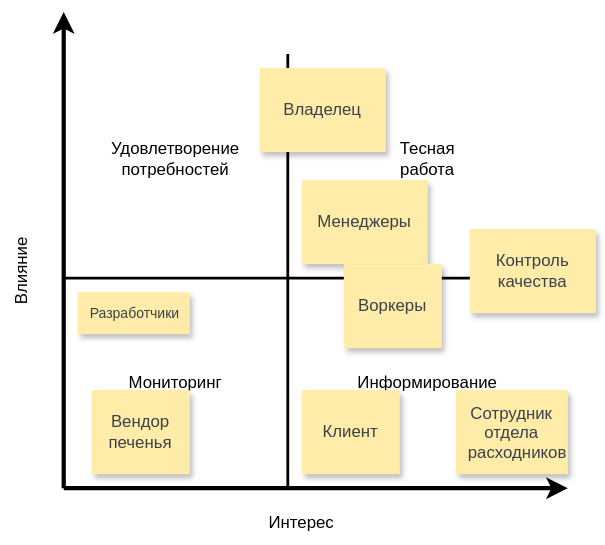
Earlier version of the draw.io export Power-Interest Grid.svg (jnzz/MCF). Source tidied: cells renumbered, new cells last; positions are measured from the earlier drawing's top-left corner, leaving out a move shared by most shapes.
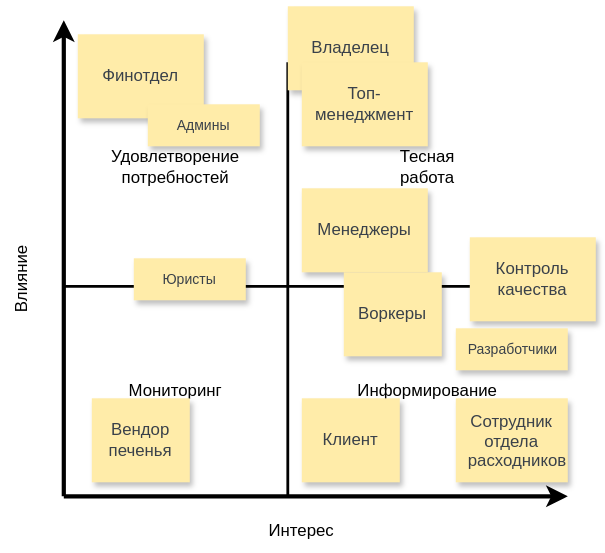
The same file after the commit.

The edit, as a diff of the source:
```diff
@@ -57,16 +57,28 @@
       <mxGeometry x="80" y="270" width="70" height="60" as="geometry" />
     </mxCell>
     <mxCell id="16" value="Разработчики" style="html=1;overflow=block;blockSpacing=1;whiteSpace=wrap;shadow=1;fontSize=10;fontColor=#3a414a;spacing=9;strokeColor=none;strokeOpacity=100;fillColor=#FFECA9;strokeWidth=0;lucidId=poOMKIs.5_XG;" parent="1" vertex="1">
-      <mxGeometry x="70" y="200" width="80" height="30" as="geometry" />
+      <mxGeometry x="340" y="220" width="80" height="30" as="geometry" />
     </mxCell>
     <mxCell id="17" value="Менеджеры" style="html=1;overflow=block;blockSpacing=1;whiteSpace=wrap;shadow=1;fontSize=12;fontColor=#3a414a;spacing=9;strokeColor=none;strokeOpacity=100;fillColor=#FFECA9;strokeWidth=0;lucidId=poOMKIs.5_XG;" parent="1" vertex="1">
       <mxGeometry x="230" y="120" width="90" height="60" as="geometry" />
     </mxCell>
     <mxCell id="18" value="Владелец" style="html=1;overflow=block;blockSpacing=1;whiteSpace=wrap;shadow=1;fontSize=12;fontColor=#3a414a;spacing=9;strokeColor=none;strokeOpacity=100;fillColor=#FFECA9;strokeWidth=0;lucidId=poOMKIs.5_XG;" parent="1" vertex="1">
-      <mxGeometry x="200" y="40" width="90" height="60" as="geometry" />
+      <mxGeometry x="220" y="-10" width="90" height="60" as="geometry" />
     </mxCell>
     <mxCell id="19" value="Воркеры" style="html=1;overflow=block;blockSpacing=1;whiteSpace=wrap;shadow=1;fontSize=12;fontColor=#3a414a;spacing=9;strokeColor=none;strokeOpacity=100;fillColor=#FFECA9;strokeWidth=0;lucidId=poOMKIs.5_XG;" parent="1" vertex="1">
       <mxGeometry x="260" y="180" width="70" height="60" as="geometry" />
     </mxCell>
+    <mxCell id="20" value="Финотдел" style="html=1;overflow=block;blockSpacing=1;whiteSpace=wrap;shadow=1;fontSize=12;fontColor=#3a414a;spacing=9;strokeColor=none;strokeOpacity=100;fillColor=#FFECA9;strokeWidth=0;lucidId=poOMKIs.5_XG;" parent="1" vertex="1">
+      <mxGeometry x="70" y="10" width="90" height="60" as="geometry" />
+    </mxCell>
+    <mxCell id="21" value="&lt;span&gt;Топ-менеджмент&lt;/span&gt;" style="html=1;overflow=block;blockSpacing=1;whiteSpace=wrap;shadow=1;fontSize=12;fontColor=#3a414a;spacing=9;strokeColor=none;strokeOpacity=100;fillColor=#FFECA9;strokeWidth=0;lucidId=poOMKIs.5_XG;fontStyle=0;" parent="1" vertex="1">
+      <mxGeometry x="230" y="30" width="90" height="60" as="geometry" />
+    </mxCell>
+    <mxCell id="22" value="Админы" style="html=1;overflow=block;blockSpacing=1;whiteSpace=wrap;shadow=1;fontSize=10;fontColor=#3a414a;spacing=9;strokeColor=none;strokeOpacity=100;fillColor=#FFECA9;strokeWidth=0;lucidId=poOMKIs.5_XG;" parent="1" vertex="1">
+      <mxGeometry x="120" y="60" width="80" height="30" as="geometry" />
+    </mxCell>
+    <mxCell id="23" value="Юристы" style="html=1;overflow=block;blockSpacing=1;whiteSpace=wrap;shadow=1;fontSize=10;fontColor=#3a414a;spacing=9;strokeColor=none;strokeOpacity=100;fillColor=#FFECA9;strokeWidth=0;lucidId=poOMKIs.5_XG;" parent="1" vertex="1">
+      <mxGeometry x="110" y="170" width="80" height="30" as="geometry" />
+    </mxCell>
   </root>
 </mxGraphModel>
```
